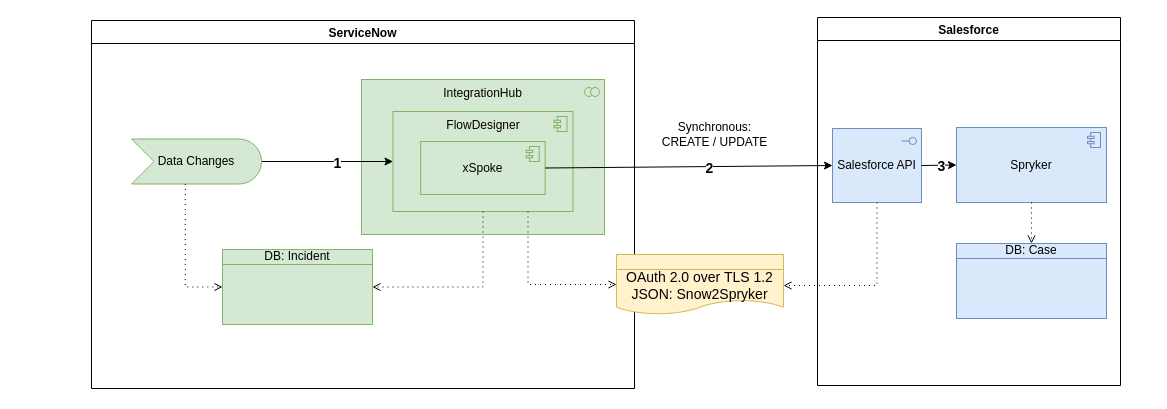
Above: page "Snow2Spryker" (1 of 5) of SNowSpryker.drawio in algimas/tmp (draw.io), before the change. Source tidied: cells renumbered, new cells numbered last; positions are measured from the earlier drawing's top-left corner, leaving out a move shared by most shapes. Both pictures are drawn from the tidied source at 100%, with x=0, y=0 at pixel (91, 17).
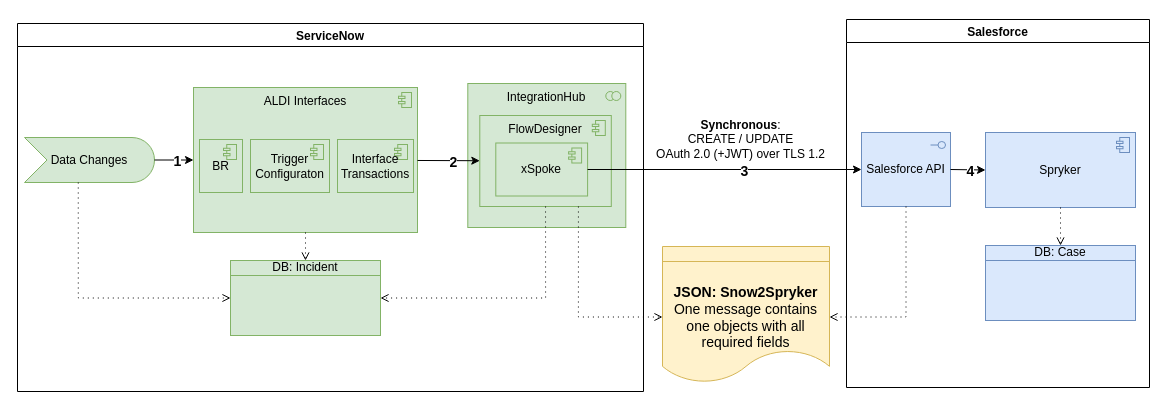
The same page after the edit.

The change refers to these unchanged cells:
```xml
<mxCell id="5" style="edgeStyle=none;rounded=0;jettySize=auto;html=1;entryX=0;entryY=0.5;entryDx=0;entryDy=0;entryPerimeter=0;exitX=1;exitY=0.5;exitDx=0;exitDy=0;exitPerimeter=0;fillColor=#00b9f2;" parent="2" edge="1" source="4" target="3">
  <mxGeometry relative="1" as="geometry" />
</mxCell>
<mxCell id="19" style="edgeStyle=none;rounded=0;jettySize=auto;html=1;exitX=1;exitY=0.5;exitDx=0;exitDy=0;exitPerimeter=0;entryX=0;entryY=0.5;entryDx=0;entryDy=0;entryPerimeter=0;" parent="1" edge="1" source="12" target="4">
  <mxGeometry relative="1" as="geometry" />
</mxCell>
```

What changed in the source:
```diff
@@
     <mxCell id="2" value="Salesforce" style="swimlane;" parent="1" vertex="1">
-      <mxGeometry x="726" width="303" height="368" as="geometry" />
+      <mxGeometry x="755" y="2" width="303" height="368" as="geometry" />
     </mxCell>
     <mxCell id="3" value="Spryker" style="html=1;outlineConnect=0;whiteSpace=wrap;fillColor=#dae8fc;shape=mxgraph.archimate3.application;appType=comp;archiType=square;strokeColor=#6c8ebf;" parent="2" vertex="1">
-      <mxGeometry x="139" y="110" width="150" height="75" as="geometry" />
+      <mxGeometry x="139" y="113" width="150" height="75" as="geometry" />
     </mxCell>
     <mxCell id="4" value="Salesforce API" style="html=1;outlineConnect=0;whiteSpace=wrap;fillColor=#dae8fc;shape=mxgraph.archimate3.application;appType=interface;archiType=square;strokeColor=#6c8ebf;" parent="2" vertex="1">
-      <mxGeometry x="15" y="111" width="89" height="74" as="geometry" />
+      <mxGeometry x="15" y="113" width="89" height="74" as="geometry" />
     </mxCell>
@@
-    <mxCell id="6" value="&lt;font style=&quot;font-size: 14px&quot;&gt;&lt;b&gt;3&lt;/b&gt;&lt;/font&gt;" style="edgeLabel;html=1;align=center;verticalAlign=middle;fillColor=#00b9f2;" parent="5" vertex="1">
+    <mxCell id="6" value="&lt;font style=&quot;font-size: 14px&quot;&gt;&lt;b&gt;4&lt;/b&gt;&lt;/font&gt;" style="edgeLabel;html=1;align=center;verticalAlign=middle;fillColor=#00b9f2;" parent="5" vertex="1">
       <mxGeometry x="0.14" relative="1" as="geometry">
         <mxPoint y="1" as="offset" />
       </mxGeometry>
     </mxCell>
@@
     <mxCell id="9" value="ServiceNow" style="swimlane;" parent="1" vertex="1">
-      <mxGeometry y="3" width="543" height="368" as="geometry" />
+      <mxGeometry x="-74" y="6" width="626" height="368" as="geometry" />
     </mxCell>
     <mxCell id="10" value="IntegrationHub" style="html=1;whiteSpace=wrap;fillColor=#d5e8d4;shape=mxgraph.archimate3.application;appType=collab;archiType=square;verticalAlign=top;strokeColor=#82b366;" parent="9" vertex="1">
-      <mxGeometry x="270" y="59" width="243" height="155" as="geometry" />
+      <mxGeometry x="450.3" y="60" width="158" height="144" as="geometry" />
     </mxCell>
     <mxCell id="11" value="FlowDesigner" style="html=1;outlineConnect=0;whiteSpace=wrap;fillColor=#d5e8d4;shape=mxgraph.archimate3.application;appType=comp;archiType=square;verticalAlign=top;strokeColor=#82b366;" parent="9" vertex="1">
-      <mxGeometry x="301.5" y="91" width="180" height="100" as="geometry" />
+      <mxGeometry x="462.3" y="92" width="131.5" height="91" as="geometry" />
     </mxCell>
     <mxCell id="12" value="xSpoke" style="html=1;outlineConnect=0;whiteSpace=wrap;fillColor=#d5e8d4;shape=mxgraph.archimate3.application;appType=comp;archiType=square;verticalAlign=middle;strokeColor=#82b366;" parent="9" vertex="1">
-      <mxGeometry x="329.2" y="121" width="124.5" height="53" as="geometry" />
+      <mxGeometry x="478.3" y="119.5" width="91.8" height="53" as="geometry" />
     </mxCell>
     <mxCell id="13" value="DB: Incident" style="html=1;outlineConnect=0;whiteSpace=wrap;fillColor=#d5e8d4;shape=mxgraph.archimate3.businessObject;overflow=fill;strokeColor=#82b366;" parent="9" vertex="1">
-      <mxGeometry x="131" y="229" width="150" height="75" as="geometry" />
+      <mxGeometry x="213" y="237" width="150" height="75" as="geometry" />
     </mxCell>
@@
+    <mxCell id="17" value="Data Changes" style="html=1;outlineConnect=0;whiteSpace=wrap;fillColor=#d5e8d4;shape=mxgraph.archimate3.event;strokeColor=#82b366;" parent="9" vertex="1">
+      <mxGeometry x="7" y="114" width="130" height="45" as="geometry" />
+    </mxCell>
-    <mxCell id="15" style="edgeStyle=none;rounded=0;jettySize=auto;html=1;fillColor=#80b6a1;" parent="1" edge="1" source="17" target="11">
+    <mxCell id="15" style="edgeStyle=none;rounded=0;jettySize=auto;html=1;fillColor=#80b6a1;entryX=0;entryY=0.5;entryDx=0;entryDy=0;entryPerimeter=0;exitX=1;exitY=0.5;exitDx=0;exitDy=0;exitPerimeter=0;" parent="9" edge="1" source="17" target="25">
       <mxGeometry relative="1" as="geometry" />
     </mxCell>
@@
-    <mxCell id="17" value="Data Changes" style="html=1;outlineConnect=0;whiteSpace=wrap;fillColor=#d5e8d4;shape=mxgraph.archimate3.event;strokeColor=#82b366;" parent="1" vertex="1">
-      <mxGeometry x="40" y="121.5" width="130" height="45" as="geometry" />
-    </mxCell>
-    <mxCell id="18" style="edgeStyle=orthogonalEdgeStyle;html=1;endArrow=open;elbow=vertical;endFill=0;dashed=1;dashPattern=1 4;rounded=0;exitX=0;exitY=0;exitDx=53.75;exitDy=45;exitPerimeter=0;entryX=0;entryY=0.5;entryDx=0;entryDy=0;entryPerimeter=0;fillColor=#80b6a1;" parent="1" edge="1" source="17" target="13">
+    <mxCell id="18" style="edgeStyle=orthogonalEdgeStyle;html=1;endArrow=open;elbow=vertical;endFill=0;dashed=1;dashPattern=1 4;rounded=0;exitX=0;exitY=0;exitDx=53.75;exitDy=45;exitPerimeter=0;entryX=0;entryY=0.5;entryDx=0;entryDy=0;entryPerimeter=0;fillColor=#80b6a1;" parent="9" edge="1" source="17" target="13">
       <mxGeometry relative="1" as="geometry" />
     </mxCell>
+    <mxCell id="25" value="ALDI Interfaces" style="html=1;outlineConnect=0;whiteSpace=wrap;fillColor=#d5e8d4;shape=mxgraph.archimate3.application;appType=comp;archiType=square;verticalAlign=top;strokeColor=#82b366;" parent="9" vertex="1">
+      <mxGeometry x="176" y="64" width="224" height="145" as="geometry" />
+    </mxCell>
+    <mxCell id="26" value="BR" style="html=1;whiteSpace=wrap;fillColor=#d5e8d4;shape=mxgraph.archimate3.application;appType=comp;archiType=square;verticalAlign=middle;strokeColor=#82b366;" parent="9" vertex="1">
+      <mxGeometry x="182" y="116" width="43" height="53" as="geometry" />
+    </mxCell>
+    <mxCell id="27" value="Trigger Configuraton" style="html=1;whiteSpace=wrap;fillColor=#d5e8d4;shape=mxgraph.archimate3.application;appType=comp;archiType=square;verticalAlign=middle;strokeColor=#82b366;" parent="9" vertex="1">
+      <mxGeometry x="233" y="116" width="79" height="53" as="geometry" />
+    </mxCell>
+    <mxCell id="28" value="Interface Transactions" style="html=1;whiteSpace=wrap;fillColor=#d5e8d4;shape=mxgraph.archimate3.application;appType=comp;archiType=square;verticalAlign=middle;strokeColor=#82b366;" parent="9" vertex="1">
+      <mxGeometry x="320" y="116" width="76" height="53" as="geometry" />
+    </mxCell>
+    <mxCell id="29" style="edgeStyle=none;rounded=0;jettySize=auto;html=1;fillColor=#80b6a1;" parent="9" edge="1" source="25" target="11">
+      <mxGeometry relative="1" as="geometry" />
+    </mxCell>
+    <mxCell id="30" value="&lt;div&gt;&lt;font style=&quot;font-size: 14px&quot;&gt;&lt;b&gt;2&lt;/b&gt;&lt;/font&gt;&lt;/div&gt;" style="edgeLabel;html=1;align=center;verticalAlign=middle;fillColor=#80b6a1;" parent="29" vertex="1">
+      <mxGeometry x="0.14" relative="1" as="geometry">
+        <mxPoint y="1" as="offset" />
+      </mxGeometry>
+    </mxCell>
+    <mxCell id="31" style="edgeStyle=orthogonalEdgeStyle;html=1;endArrow=open;elbow=vertical;endFill=0;dashed=1;dashPattern=1 4;rounded=0;fillColor=#80b6a1;" parent="9" edge="1" source="25" target="13">
+      <mxGeometry relative="1" as="geometry" />
+    </mxCell>
@@
-    <mxCell id="20" value="&lt;font style=&quot;font-size: 14px&quot;&gt;&lt;b&gt;2&lt;/b&gt;&lt;/font&gt;" style="edgeLabel;html=1;align=center;verticalAlign=middle;" parent="19" vertex="1">
+    <mxCell id="20" value="&lt;font style=&quot;font-size: 14px&quot;&gt;&lt;b&gt;3&lt;/b&gt;&lt;/font&gt;" style="edgeLabel;html=1;align=center;verticalAlign=middle;" parent="19" vertex="1">
       <mxGeometry x="0.14" relative="1" as="geometry">
         <mxPoint y="1" as="offset" />
       </mxGeometry>
     </mxCell>
-    <mxCell id="21" value="OAuth 2.0 over TLS 1.2&lt;br&gt;&lt;div&gt;JSON: Snow2Spryker&lt;/div&gt;" style="html=1;outlineConnect=0;whiteSpace=wrap;fillColor=#fff2cc;shape=mxgraph.archimate3.representation;fontSize=14;align=center;strokeColor=#d6b656;" parent="1" vertex="1">
-      <mxGeometry x="525" y="237" width="167" height="62" as="geometry" />
+    <mxCell id="21" value="&lt;div&gt;&lt;b&gt;JSON: Snow2Spryker&lt;/b&gt;&lt;/div&gt;&lt;div&gt;One message contains one objects with all required fields&lt;br&gt;&lt;/div&gt;" style="html=1;outlineConnect=0;whiteSpace=wrap;fillColor=#fff2cc;shape=mxgraph.archimate3.representation;fontSize=14;align=center;strokeColor=#d6b656;" parent="1" vertex="1">
+      <mxGeometry x="571" y="229" width="167" height="141" as="geometry" />
     </mxCell>
-    <mxCell id="22" style="edgeStyle=orthogonalEdgeStyle;html=1;endArrow=open;elbow=vertical;endFill=0;dashed=1;dashPattern=1 4;rounded=0;exitX=0.75;exitY=1;exitDx=0;exitDy=0;exitPerimeter=0;fillColor=#80b6a1;" parent="1" edge="1" source="11">
+    <mxCell id="22" style="edgeStyle=orthogonalEdgeStyle;html=1;endArrow=open;elbow=vertical;endFill=0;dashed=1;dashPattern=1 4;rounded=0;exitX=0.75;exitY=1;exitDx=0;exitDy=0;exitPerimeter=0;fillColor=#80b6a1;entryX=0;entryY=0.5;entryDx=0;entryDy=0;entryPerimeter=0;" parent="1" edge="1" source="11" target="21">
       <mxGeometry relative="1" as="geometry">
-        <mxPoint x="525" y="267" as="targetPoint" />
         <Array as="points">
-          <mxPoint x="437" y="267" />
+          <mxPoint x="487" y="300" />
         </Array>
       </mxGeometry>
     </mxCell>
@@
-    <mxCell id="24" value="&lt;div&gt;Synchronous: &lt;br&gt;&lt;/div&gt;&lt;div&gt;CREATE / UPDATE&lt;/div&gt;" style="text;html=1;align=center;verticalAlign=middle;strokeColor=none;fillColor=none;" parent="1" vertex="1">
-      <mxGeometry x="565" y="101" width="116" height="32" as="geometry" />
+    <mxCell id="24" value="&lt;div&gt;&lt;b&gt;Synchronous&lt;/b&gt;: &lt;br&gt;&lt;/div&gt;&lt;div&gt;CREATE / UPDATE&lt;/div&gt;&lt;div&gt;OAuth 2.0 (+JWT) over TLS 1.2&lt;/div&gt;" style="text;html=1;align=center;verticalAlign=middle;strokeColor=none;fillColor=none;" parent="1" vertex="1">
+      <mxGeometry x="559" y="99" width="179" height="46" as="geometry" />
     </mxCell>
```
